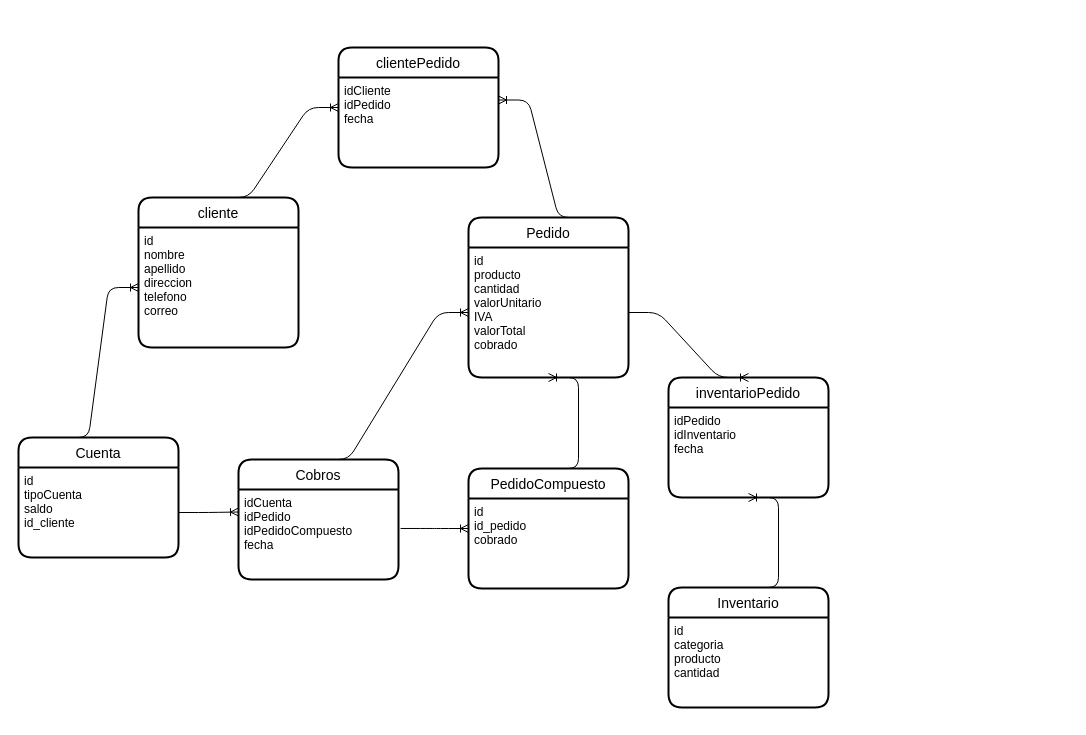
The draw.io diagram page "Page-3" (3 of 3) of Untitled Diagram.drawio in alejos17/MinTic2022-Ciclo2, before the edit. Source tidied: cells renumbered, new cells numbered last; positions are measured from the earlier drawing's top-left corner, leaving out a move shared by most shapes. Both pictures are drawn from the tidied source at 100%, with x=0, y=0 at pixel (18, 47).
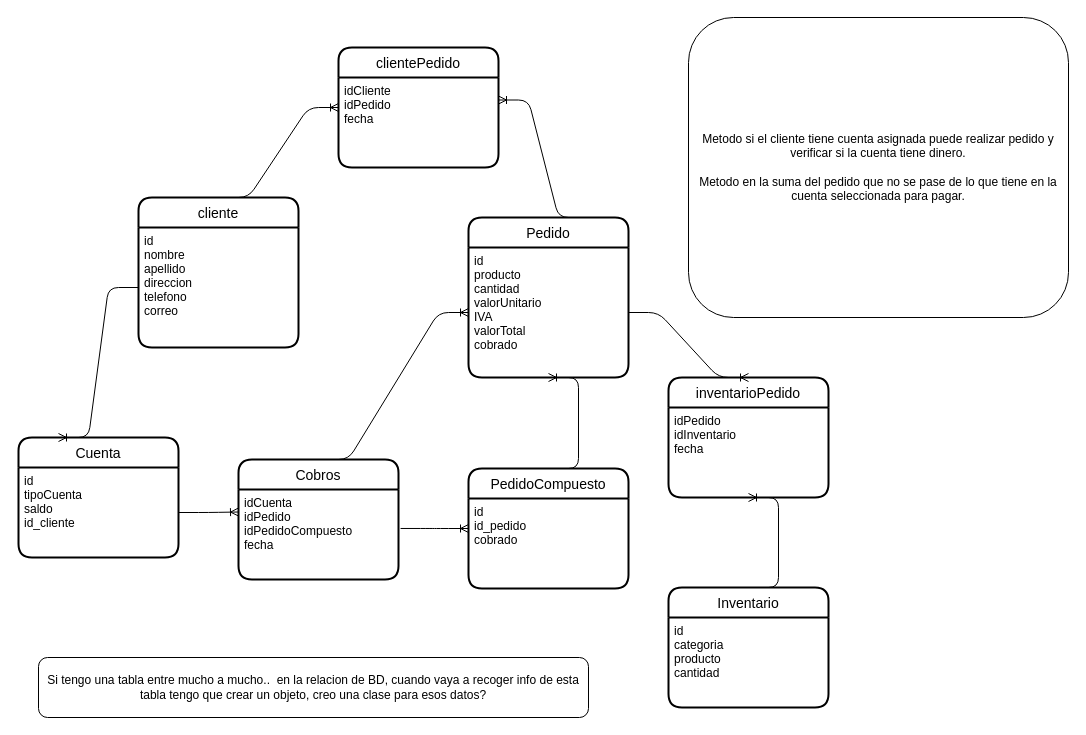
The same page after the edit.

The change refers to these unchanged cells:
```xml
<mxCell id="3" value="id&#10;nombre&#10;apellido&#10;direccion&#10;telefono&#10;correo&#10;" style="align=left;strokeColor=none;fillColor=none;spacingLeft=4;fontSize=12;verticalAlign=top;" parent="2" vertex="1">
  <mxGeometry y="30" width="160" height="120" as="geometry" />
</mxCell>
<mxCell id="4" value="Cuenta" style="swimlane;horizontal=1;startSize=30;rounded=1;fontSize=14;fontStyle=0;strokeWidth=2;shadow=0;dashed=0;align=center;" parent="1" vertex="1">
  <mxGeometry y="390" width="160" height="120" as="geometry" />
</mxCell>
```

Change to the diagram source:
```diff
@@
-    <mxCell id="10" style="edgeStyle=entityRelationEdgeStyle;fontSize=12;html=1;endArrow=ERoneToMany;entryX=0;entryY=0.5;entryDx=0;entryDy=0;exitX=0.25;exitY=0;exitDx=0;exitDy=0;" parent="1" edge="1" source="4" target="3">
-      <mxGeometry relative="1" as="geometry" />
-    </mxCell>
@@
+    <mxCell id="27" value="Si tengo una tabla entre mucho a mucho..&amp;nbsp; en la relacion de BD, cuando vaya a recoger info de esta tabla tengo que crear un objeto, creo una clase para esos datos?" style="rounded=1;whiteSpace=wrap;html=1;" parent="1" vertex="1">
+      <mxGeometry x="20" y="610" width="550" height="60" as="geometry" />
+    </mxCell>
+    <mxCell id="28" value="&lt;div&gt;Metodo si el cliente tiene cuenta asignada puede realizar pedido y verificar si la cuenta tiene dinero.&lt;/div&gt;&lt;div&gt;&lt;br&gt;&lt;/div&gt;&lt;div&gt;Metodo en la suma del pedido que no se pase de lo que tiene en la cuenta seleccionada para pagar.&lt;br&gt;&lt;/div&gt;" style="rounded=1;whiteSpace=wrap;html=1;" parent="1" vertex="1">
+      <mxGeometry x="670" y="-30" width="380" height="300" as="geometry" />
+    </mxCell>
+    <mxCell id="29" style="edgeStyle=entityRelationEdgeStyle;fontSize=12;html=1;endArrow=ERoneToMany;exitX=0;exitY=0.5;exitDx=0;exitDy=0;entryX=0.25;entryY=0;entryDx=0;entryDy=0;" parent="1" edge="1" source="3" target="4">
+      <mxGeometry relative="1" as="geometry" />
+    </mxCell>
```
